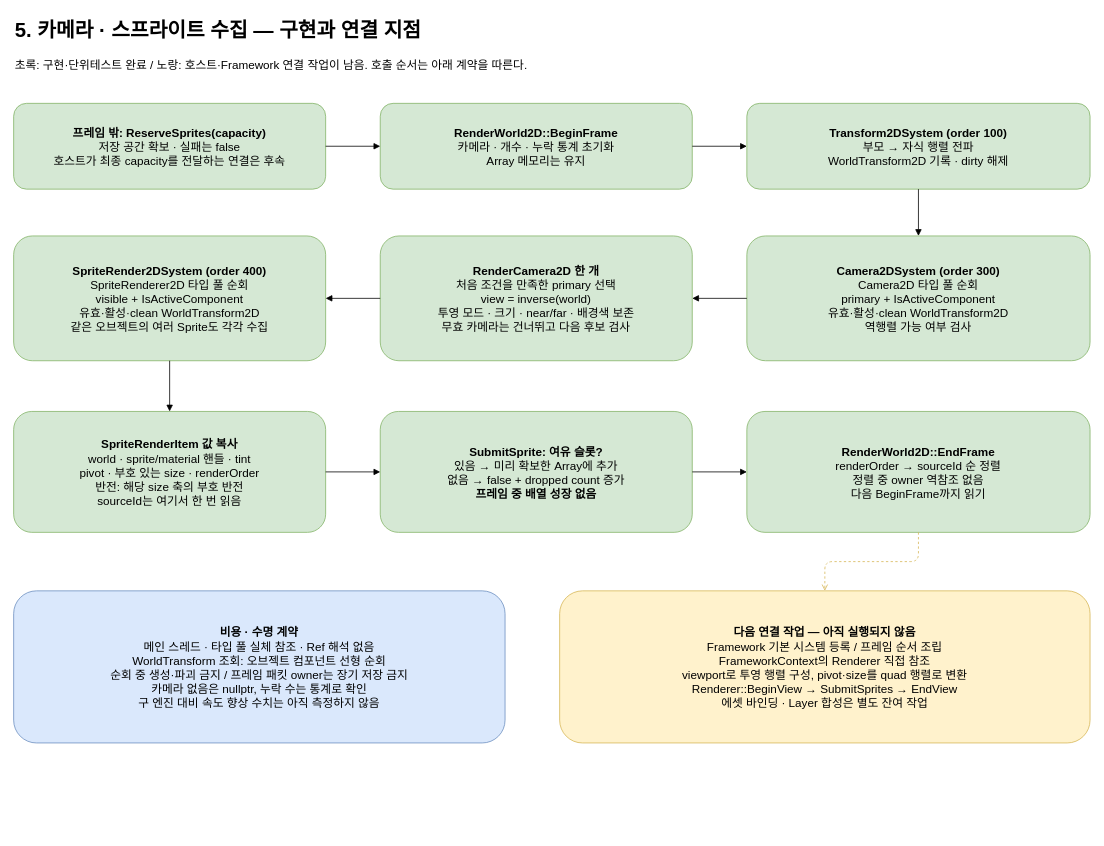
This is page "5. 2D render extraction" (5 of 5) of docs/JBroEngine.drawio.xml from taku7664/JBroEngine, a draw.io file, before an edit. Source tidied: cells renumbered, new cells numbered last; positions are measured from the earlier drawing's top-left corner, leaving out a move shared by most shapes. Both pictures are drawn from the tidied source at 78%, with x=0, y=0 at pixel (13, 13).
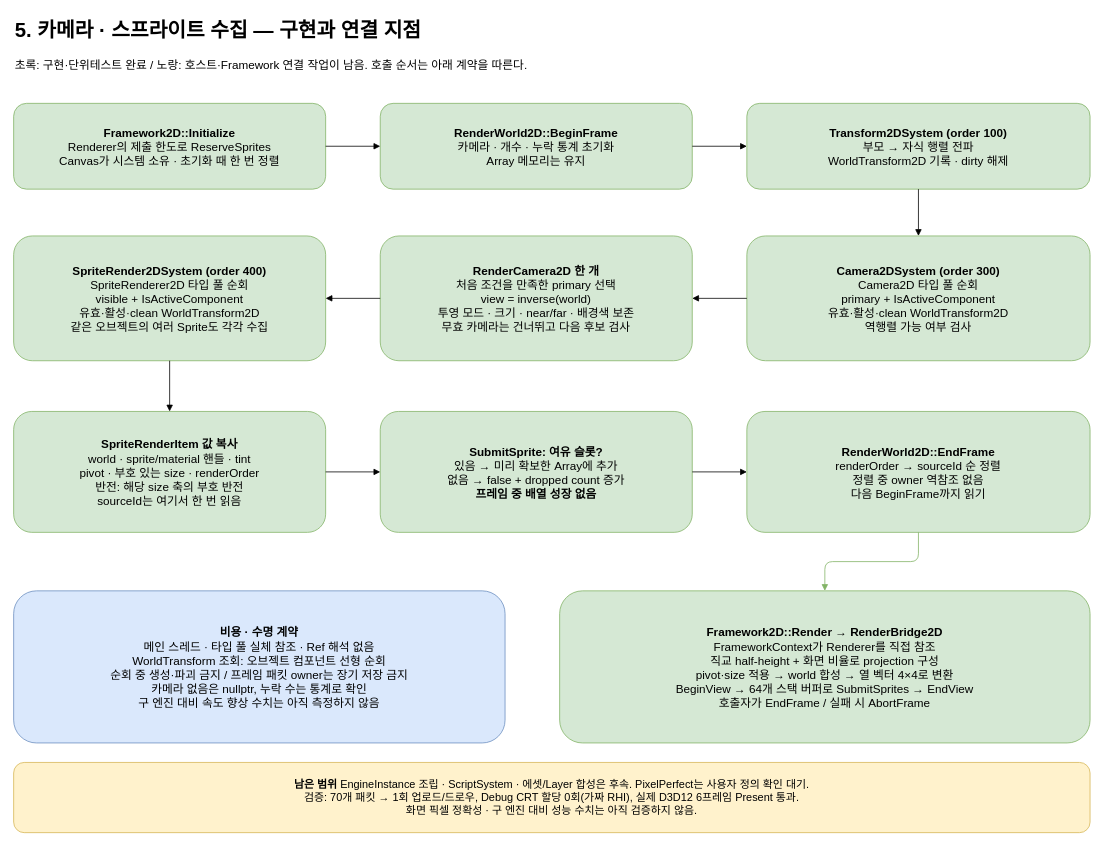
Above is the later version.

Commit message (it also covers changes not shown here):
Document the render bridge and distinguish remaining host work

Unchanged cells that the change refers to:
```xml
<mxCell id="12" value="&lt;b&gt;RenderWorld2D::EndFrame&lt;/b&gt;&lt;br&gt;renderOrder → sourceId 순 정렬&lt;br&gt;정렬 중 owner 역참조 없음&lt;br&gt;다음 BeginFrame까지 읽기" style="rounded=1;whiteSpace=wrap;html=1;fillColor=#d5e8d4;strokeColor=#82b366;fontSize=15;" parent="1" vertex="1">
  <mxGeometry x="940" y="510" width="440" height="155" as="geometry" />
</mxCell>
```

What changed in the source:
```diff
@@
-    <mxCell id="4" value="&lt;b&gt;프레임 밖: ReserveSprites(capacity)&lt;/b&gt;&lt;br&gt;저장 공간 확보 · 실패는 false&lt;br&gt;호스트가 최종 capacity를 전달하는 연결은 후속" style="rounded=1;whiteSpace=wrap;html=1;fillColor=#d5e8d4;strokeColor=#82b366;fontSize=15;" parent="1" vertex="1">
+    <mxCell id="4" value="&lt;b&gt;Framework2D::Initialize&lt;/b&gt;&lt;br&gt;Renderer의 제출 한도로 ReserveSprites&lt;br&gt;Canvas가 시스템 소유 · 초기화 때 한 번 정렬" style="rounded=1;whiteSpace=wrap;html=1;fillColor=#d5e8d4;strokeColor=#82b366;fontSize=15;" parent="1" vertex="1">
       <mxGeometry y="115" width="400" height="110" as="geometry" />
     </mxCell>
@@
-    <mxCell id="13" value="&lt;b&gt;다음 연결 작업 — 아직 실행되지 않음&lt;/b&gt;&lt;br&gt;Framework 기본 시스템 등록 / 프레임 순서 조립&lt;br&gt;FrameworkContext의 Renderer 직접 참조&lt;br&gt;viewport로 투영 행렬 구성, pivot·size를 quad 행렬로 변환&lt;br&gt;Renderer::BeginView → SubmitSprites → EndView&lt;br&gt;에셋 바인딩 · Layer 합성은 별도 잔여 작업" style="rounded=1;whiteSpace=wrap;html=1;fillColor=#fff2cc;strokeColor=#d6b656;fontSize=15;" parent="1" vertex="1">
+    <mxCell id="13" value="&lt;b&gt;Framework2D::Render → RenderBridge2D&lt;/b&gt;&lt;br&gt;FrameworkContext가 Renderer를 직접 참조&lt;br&gt;직교 half-height + 화면 비율로 projection 구성&lt;br&gt;pivot·size 적용 → world 합성 → 열 벡터 4×4로 변환&lt;br&gt;BeginView → 64개 스택 버퍼로 SubmitSprites → EndView&lt;br&gt;호출자가 EndFrame / 실패 시 AbortFrame" style="rounded=1;whiteSpace=wrap;html=1;fillColor=#d5e8d4;strokeColor=#82b366;fontSize=15;" parent="1" vertex="1">
       <mxGeometry x="700" y="740" width="680" height="195" as="geometry" />
     </mxCell>
@@
-    <mxCell id="23" style="edgeStyle=orthogonalEdgeStyle;endArrow=open;dashed=1;strokeColor=#d6b656;" parent="1" edge="1" source="12" target="13">
+    <mxCell id="23" style="edgeStyle=orthogonalEdgeStyle;endArrow=block;strokeColor=#82b366;" parent="1" edge="1" source="12" target="13">
       <mxGeometry relative="1" as="geometry" />
     </mxCell>
+    <mxCell id="24" value="&lt;b&gt;남은 범위&lt;/b&gt; EngineInstance 조립 · ScriptSystem · 에셋/Layer 합성은 후속. PixelPerfect는 사용자 정의 확인 대기.&lt;br&gt;검증: 70개 패킷 → 1회 업로드/드로우, Debug CRT 할당 0회(가짜 RHI), 실제 D3D12 6프레임 Present 통과.&lt;br&gt;화면 픽셀 정확성 · 구 엔진 대비 성능 수치는 아직 검증하지 않음." style="rounded=1;whiteSpace=wrap;html=1;fillColor=#fff2cc;strokeColor=#d6b656;fontSize=14;" parent="1" vertex="1">
+      <mxGeometry y="960" width="1380" height="90" as="geometry" />
+    </mxCell>
```
